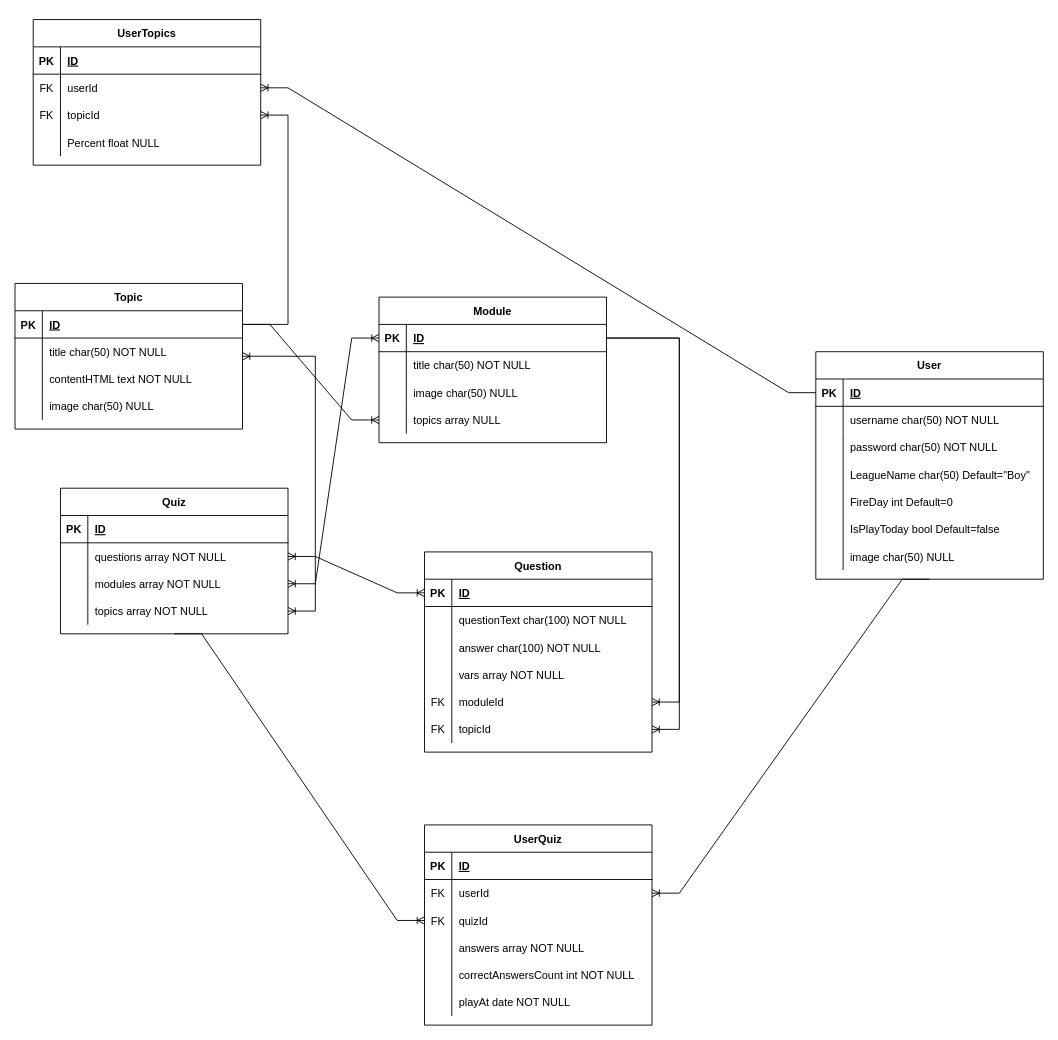
Before: server/Диаграмма без названия.drawio in Dulatbay/KzHistory, a draw.io diagram. Source tidied: cells renumbered, new cells numbered last; positions are measured from the earlier drawing's top-left corner, leaving out a move shared by most shapes. Both pictures are drawn from the tidied source at 91%, with x=0, y=0 at pixel (15, 19).
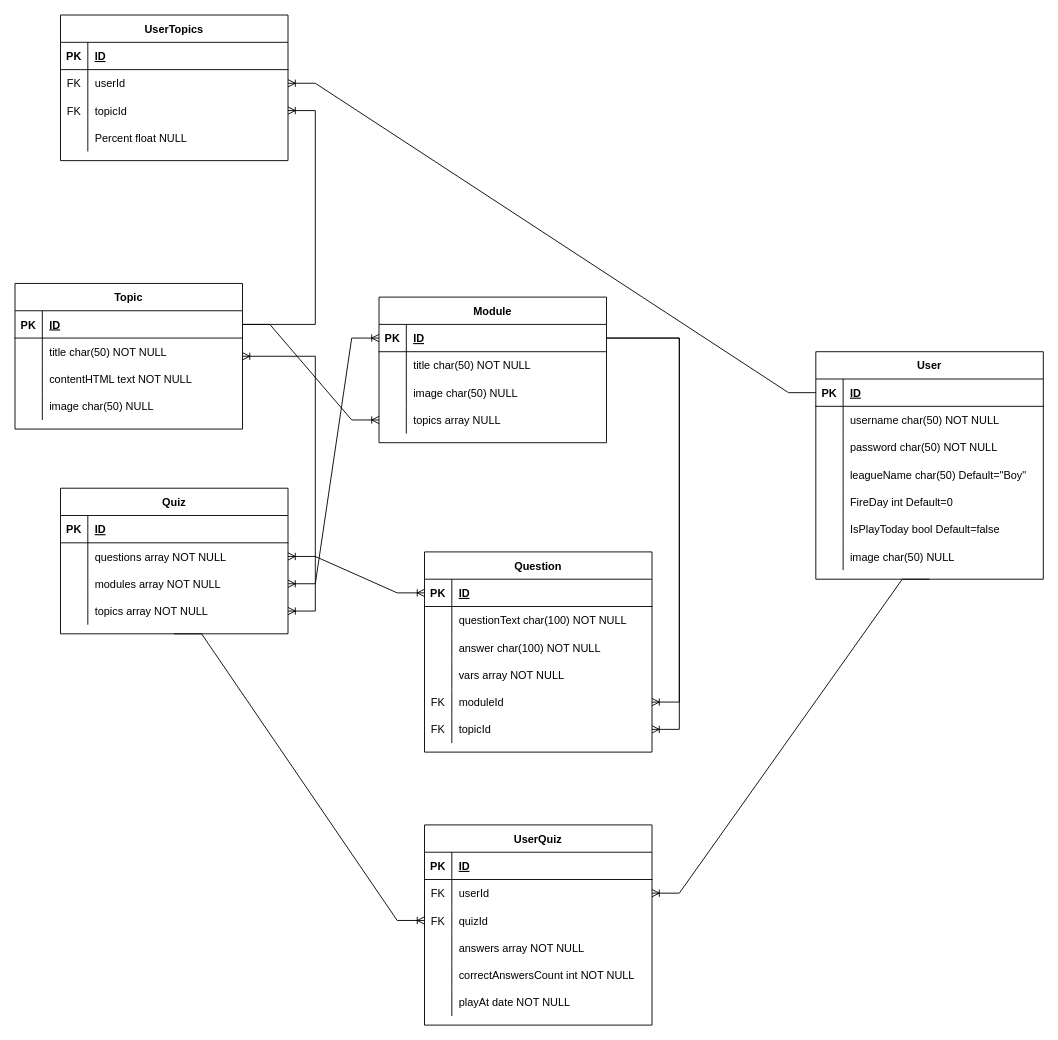
The same page after the edit.

Unchanged cells that the change refers to:
```xml
<mxCell id="12" style="shape=partialRectangle;fillColor=none;top=0;left=0;right=0;bottom=0;" parent="2" vertex="1">
  <mxGeometry y="120" width="250" height="30" as="geometry" />
</mxCell>
```

What changed in the source:
```diff
@@
-    <mxCell id="14" value="LeagueName char(50) Default=&quot;Boy&quot;" style="shape=partialRectangle;overflow=hidden;fillColor=none;top=0;left=0;bottom=0;right=0;align=left;spacingLeft=6;" parent="12" vertex="1">
+    <mxCell id="14" value="leagueName char(50) Default=&quot;Boy&quot;" style="shape=partialRectangle;overflow=hidden;fillColor=none;top=0;left=0;bottom=0;right=0;align=left;spacingLeft=6;" parent="12" vertex="1">
       <mxGeometry x="30" width="220" height="30" as="geometry" />
     </mxCell>
@@
     <mxCell id="50" value="UserTopics" style="shape=table;startSize=30;childLayout=tableLayout;rowLines=0;fontStyle=1;align=center;" parent="1" vertex="1">
-      <mxGeometry x="20" width="250" height="160" as="geometry" />
+      <mxGeometry x="50" y="-5" width="250" height="160" as="geometry" />
     </mxCell>
```
